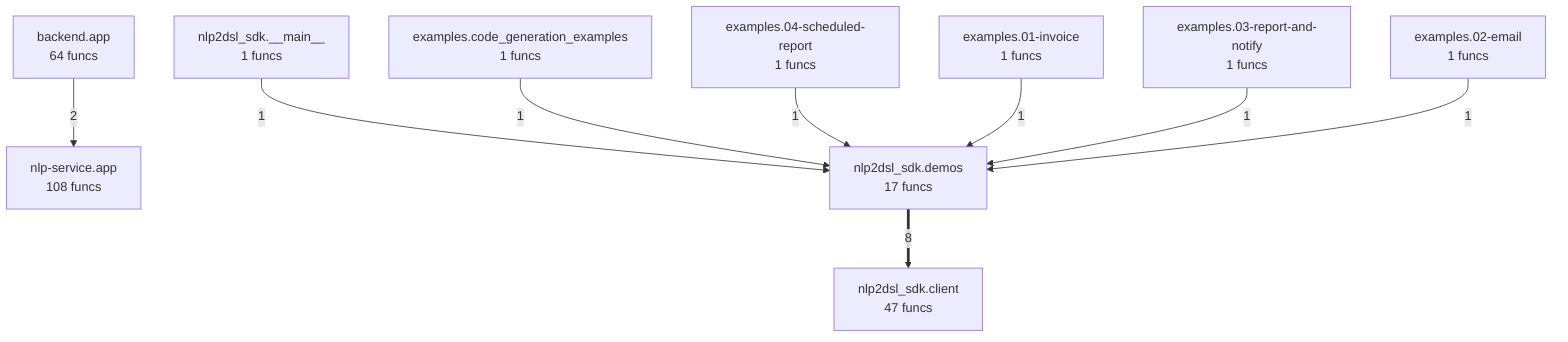
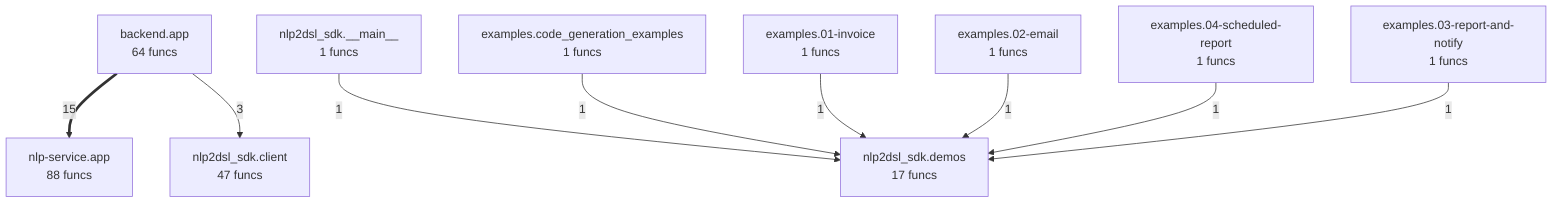
flowchart TD
+ %% generated in 0.01s
    backend__app["backend.app<br/>64 funcs"]
    examples__01_invoice["examples.01-invoice<br/>1 funcs"]
    examples__02_email["examples.02-email<br/>1 funcs"]
    examples__03_report_and_notify["examples.03-report-and-notify<br/>1 funcs"]
    examples__04_scheduled_report["examples.04-scheduled-report<br/>1 funcs"]
    examples__code_generation_examples["examples.code_generation_examples<br/>1 funcs"]
-     nlp_service__app["nlp-service.app<br/>108 funcs"]
+     nlp_service__app["nlp-service.app<br/>88 funcs"]
    nlp2dsl_sdk____main__["nlp2dsl_sdk.__main__<br/>1 funcs"]
    nlp2dsl_sdk__client["nlp2dsl_sdk.client<br/>47 funcs"]
    nlp2dsl_sdk__demos["nlp2dsl_sdk.demos<br/>17 funcs"]
-     nlp2dsl_sdk__demos ==>|8| nlp2dsl_sdk__client
-     backend__app -->|2| nlp_service__app
+     backend__app ==>|15| nlp_service__app
+     backend__app -->|3| nlp2dsl_sdk__client
    nlp2dsl_sdk____main__ -->|1| nlp2dsl_sdk__demos
    examples__code_generation_examples -->|1| nlp2dsl_sdk__demos
+     examples__01_invoice -->|1| nlp2dsl_sdk__demos
+     examples__02_email -->|1| nlp2dsl_sdk__demos
    examples__04_scheduled_report -->|1| nlp2dsl_sdk__demos
-     examples__01_invoice -->|1| nlp2dsl_sdk__demos
    examples__03_report_and_notify -->|1| nlp2dsl_sdk__demos
-     examples__02_email -->|1| nlp2dsl_sdk__demos
